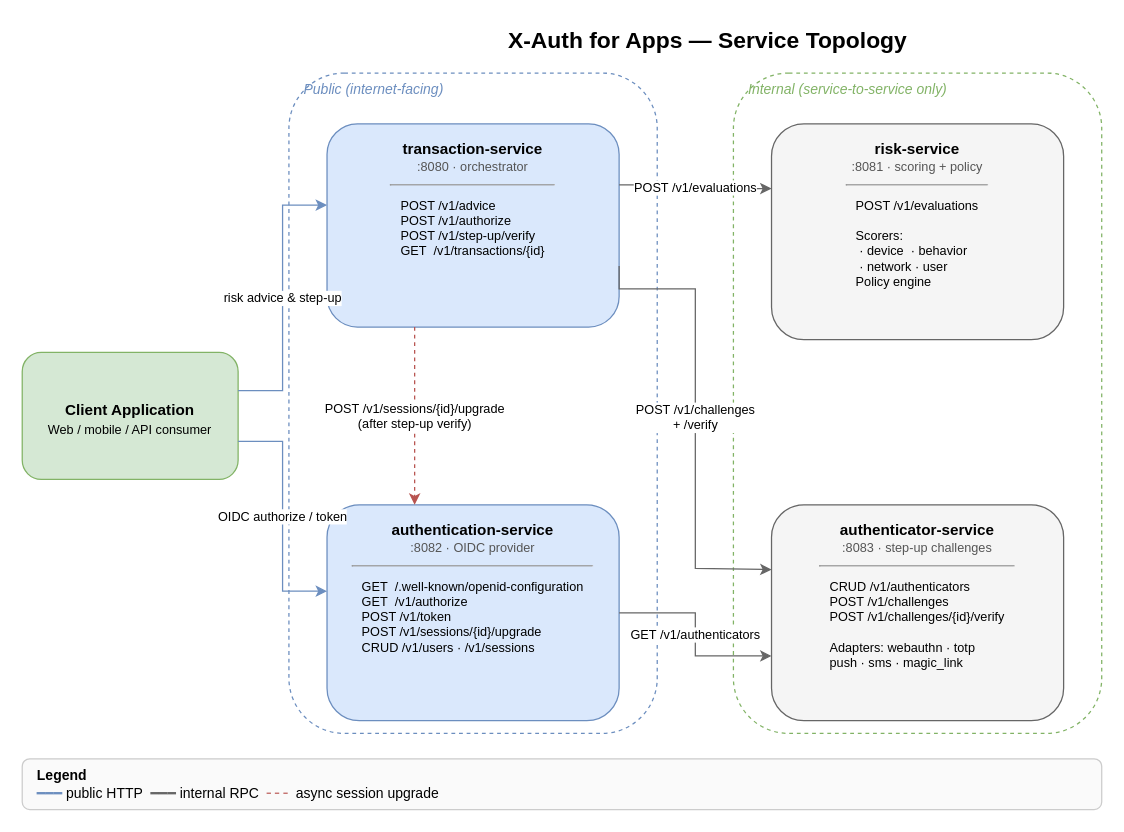
The draw.io diagram x-auth-apps-services.drawio in tboman/x-auth-site, before the edit. Source tidied: cells renumbered, new cells numbered last; positions are measured from the earlier drawing's top-left corner, leaving out a move shared by most shapes. Both pictures are drawn from the tidied source at 127%, with x=0, y=0 at pixel (22, 22).
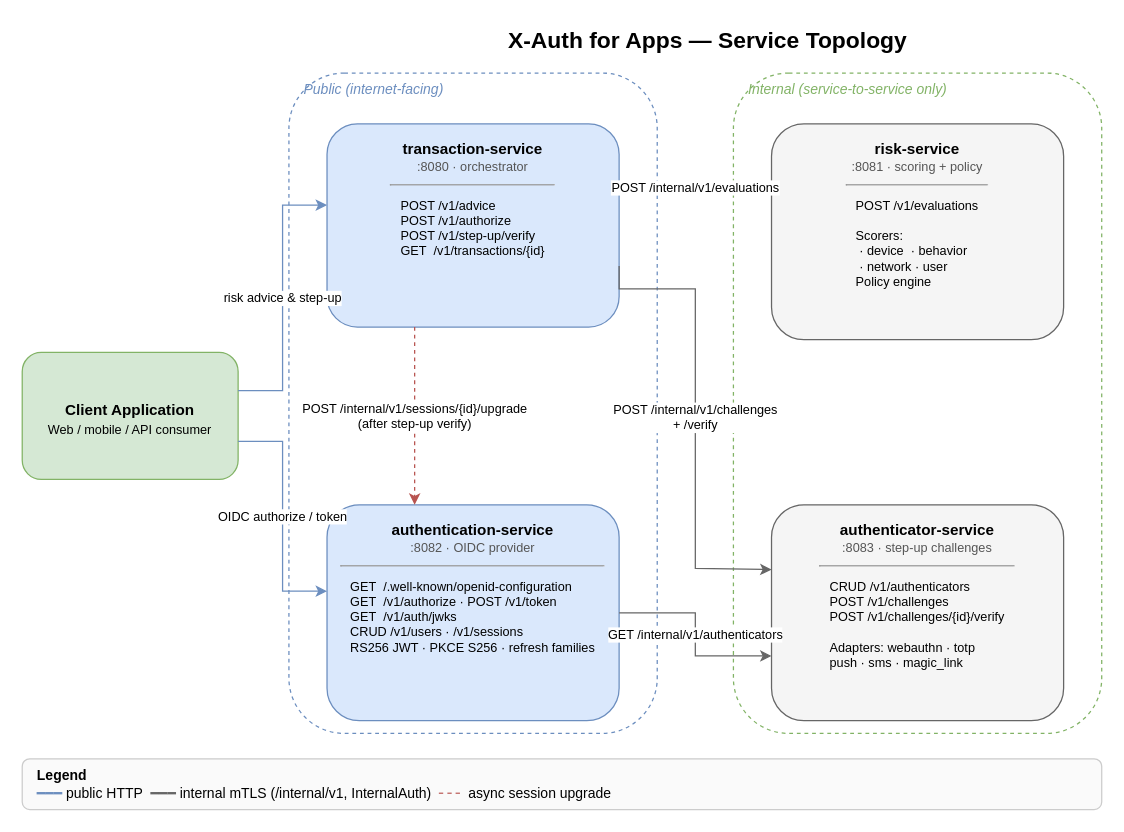
The same diagram, later.

Diff of the diagram source:
```diff
@@
 <mxGraphModel>
   <root>
     <mxCell id="0" />
     <mxCell id="1" parent="0" />
     <mxCell id="2" value="X-Auth for Apps — Service Topology" style="text;html=1;strokeColor=none;fillColor=none;align=center;verticalAlign=middle;whiteSpace=wrap;rounded=0;fontSize=18;fontStyle=1;" parent="1" vertex="1">
       <mxGeometry x="280" width="520" height="30" as="geometry" />
     </mxCell>
     <mxCell id="3" value="Public (internet-facing)" style="rounded=1;whiteSpace=wrap;html=1;fillColor=none;strokeColor=#6C8EBF;dashed=1;verticalAlign=top;fontStyle=2;fontSize=11;fontColor=#6C8EBF;align=left;spacingLeft=10;" parent="1" vertex="1">
       <mxGeometry x="210" y="40" width="290" height="520" as="geometry" />
     </mxCell>
     <mxCell id="4" value="Internal (service-to-service only)" style="rounded=1;whiteSpace=wrap;html=1;fillColor=none;strokeColor=#82B366;dashed=1;verticalAlign=top;fontStyle=2;fontSize=11;fontColor=#82B366;align=left;spacingLeft=10;" parent="1" vertex="1">
       <mxGeometry x="560" y="40" width="290" height="520" as="geometry" />
     </mxCell>
     <mxCell id="5" value="&lt;b&gt;Client Application&lt;/b&gt;&lt;br/&gt;&lt;span style=&quot;font-size:10px&quot;&gt;Web / mobile / API consumer&lt;/span&gt;" style="rounded=1;whiteSpace=wrap;html=1;fillColor=#D5E8D4;strokeColor=#82B366;fontSize=12;verticalAlign=middle;align=center;spacingTop=6;" parent="1" vertex="1">
       <mxGeometry y="260" width="170" height="100" as="geometry" />
     </mxCell>
     <mxCell id="6" value="&lt;b&gt;transaction-service&lt;/b&gt;&lt;br/&gt;&lt;span style=&quot;font-size:10px;color:#555&quot;&gt;:8080 · orchestrator&lt;/span&gt;&lt;hr size=&quot;1&quot;/&gt;&lt;div style=&quot;text-align:left;font-size:10px;padding:4px 8px&quot;&gt;POST /v1/advice&lt;br/&gt;POST /v1/authorize&lt;br/&gt;POST /v1/step-up/verify&lt;br/&gt;GET&amp;nbsp;&amp;nbsp;/v1/transactions/{id}&lt;/div&gt;" style="rounded=1;whiteSpace=wrap;html=1;fillColor=#DAE8FC;strokeColor=#6C8EBF;fontSize=12;verticalAlign=top;align=center;spacingTop=6;" parent="1" vertex="1">
       <mxGeometry x="240" y="80" width="230" height="160" as="geometry" />
     </mxCell>
-    <mxCell id="7" value="&lt;b&gt;authentication-service&lt;/b&gt;&lt;br/&gt;&lt;span style=&quot;font-size:10px;color:#555&quot;&gt;:8082 · OIDC provider&lt;/span&gt;&lt;hr size=&quot;1&quot;/&gt;&lt;div style=&quot;text-align:left;font-size:10px;padding:4px 8px&quot;&gt;GET&amp;nbsp;&amp;nbsp;/.well-known/openid-configuration&lt;br/&gt;GET&amp;nbsp;&amp;nbsp;/v1/authorize&lt;br/&gt;POST /v1/token&lt;br/&gt;POST /v1/sessions/{id}/upgrade&lt;br/&gt;CRUD /v1/users · /v1/sessions&lt;/div&gt;" style="rounded=1;whiteSpace=wrap;html=1;fillColor=#DAE8FC;strokeColor=#6C8EBF;fontSize=12;verticalAlign=top;align=center;spacingTop=6;" parent="1" vertex="1">
+    <mxCell id="7" value="&lt;b&gt;authentication-service&lt;/b&gt;&lt;br/&gt;&lt;span style=&quot;font-size:10px;color:#555&quot;&gt;:8082 · OIDC provider&lt;/span&gt;&lt;hr size=&quot;1&quot;/&gt;&lt;div style=&quot;text-align:left;font-size:10px;padding:4px 8px&quot;&gt;GET&amp;nbsp;&amp;nbsp;/.well-known/openid-configuration&lt;br/&gt;GET&amp;nbsp;&amp;nbsp;/v1/authorize · POST /v1/token&lt;br/&gt;GET&amp;nbsp;&amp;nbsp;/v1/auth/jwks&lt;br/&gt;CRUD /v1/users · /v1/sessions&lt;br/&gt;RS256 JWT · PKCE S256 · refresh families&lt;/div&gt;" style="rounded=1;whiteSpace=wrap;html=1;fillColor=#DAE8FC;strokeColor=#6C8EBF;fontSize=12;verticalAlign=top;align=center;spacingTop=6;" parent="1" vertex="1">
       <mxGeometry x="240" y="380" width="230" height="170" as="geometry" />
     </mxCell>
     <mxCell id="8" value="&lt;b&gt;risk-service&lt;/b&gt;&lt;br/&gt;&lt;span style=&quot;font-size:10px;color:#555&quot;&gt;:8081 · scoring + policy&lt;/span&gt;&lt;hr size=&quot;1&quot;/&gt;&lt;div style=&quot;text-align:left;font-size:10px;padding:4px 8px&quot;&gt;POST /v1/evaluations&lt;br/&gt;&lt;br/&gt;Scorers:&lt;br/&gt;&amp;nbsp;· device&amp;nbsp;&amp;nbsp;· behavior&lt;br/&gt;&amp;nbsp;· network&amp;nbsp;· user&lt;br/&gt;Policy engine&lt;/div&gt;" style="rounded=1;whiteSpace=wrap;html=1;fillColor=#F5F5F5;strokeColor=#666666;fontSize=12;verticalAlign=top;align=center;spacingTop=6;" parent="1" vertex="1">
       <mxGeometry x="590" y="80" width="230" height="170" as="geometry" />
     </mxCell>
     <mxCell id="9" value="&lt;b&gt;authenticator-service&lt;/b&gt;&lt;br/&gt;&lt;span style=&quot;font-size:10px;color:#555&quot;&gt;:8083 · step-up challenges&lt;/span&gt;&lt;hr size=&quot;1&quot;/&gt;&lt;div style=&quot;text-align:left;font-size:10px;padding:4px 8px&quot;&gt;CRUD /v1/authenticators&lt;br/&gt;POST /v1/challenges&lt;br/&gt;POST /v1/challenges/{id}/verify&lt;br/&gt;&lt;br/&gt;Adapters: webauthn · totp&lt;br/&gt;push · sms · magic_link&lt;/div&gt;" style="rounded=1;whiteSpace=wrap;html=1;fillColor=#F5F5F5;strokeColor=#666666;fontSize=12;verticalAlign=top;align=center;spacingTop=6;" parent="1" vertex="1">
       <mxGeometry x="590" y="380" width="230" height="170" as="geometry" />
     </mxCell>
     <mxCell id="10" value="risk advice &amp; step-up" style="edgeStyle=orthogonalEdgeStyle;rounded=0;html=1;exitX=1;exitY=0.3;exitDx=0;exitDy=0;entryX=0;entryY=0.4;entryDx=0;entryDy=0;endArrow=classic;strokeColor=#6C8EBF;fontSize=10;" parent="1" edge="1" source="5" target="6">
       <mxGeometry relative="1" as="geometry" />
     </mxCell>
     <mxCell id="11" value="OIDC authorize / token" style="edgeStyle=orthogonalEdgeStyle;rounded=0;html=1;exitX=1;exitY=0.7;exitDx=0;exitDy=0;entryX=0;entryY=0.4;entryDx=0;entryDy=0;endArrow=classic;strokeColor=#6C8EBF;fontSize=10;" parent="1" edge="1" source="5" target="7">
       <mxGeometry relative="1" as="geometry" />
     </mxCell>
-    <mxCell id="12" value="POST /v1/evaluations" style="edgeStyle=orthogonalEdgeStyle;rounded=0;html=1;exitX=1;exitY=0.3;exitDx=0;exitDy=0;entryX=0;entryY=0.3;entryDx=0;entryDy=0;endArrow=classic;strokeColor=#666666;fontSize=10;" parent="1" edge="1" source="6" target="8">
+    <mxCell id="12" value="POST /internal/v1/evaluations" style="edgeStyle=orthogonalEdgeStyle;rounded=0;html=1;exitX=1;exitY=0.3;exitDx=0;exitDy=0;entryX=0;entryY=0.3;entryDx=0;entryDy=0;endArrow=classic;strokeColor=#666666;fontSize=10;" parent="1" edge="1" source="6" target="8">
       <mxGeometry relative="1" as="geometry" />
     </mxCell>
-    <mxCell id="13" value="POST /v1/challenges&#10;+ /verify" style="edgeStyle=orthogonalEdgeStyle;rounded=0;html=1;exitX=1;exitY=0.7;exitDx=0;exitDy=0;entryX=0;entryY=0.3;entryDx=0;entryDy=0;endArrow=classic;strokeColor=#666666;fontSize=10;" parent="1" edge="1" source="6" target="9">
+    <mxCell id="13" value="POST /internal/v1/challenges&#10;+ /verify" style="edgeStyle=orthogonalEdgeStyle;rounded=0;html=1;exitX=1;exitY=0.7;exitDx=0;exitDy=0;entryX=0;entryY=0.3;entryDx=0;entryDy=0;endArrow=classic;strokeColor=#666666;fontSize=10;" parent="1" edge="1" source="6" target="9">
       <mxGeometry relative="1" as="geometry">
         <Array as="points">
           <mxPoint x="530" y="210" />
           <mxPoint x="530" y="430" />
         </Array>
       </mxGeometry>
     </mxCell>
-    <mxCell id="14" value="GET /v1/authenticators" style="edgeStyle=orthogonalEdgeStyle;rounded=0;html=1;exitX=1;exitY=0.5;exitDx=0;exitDy=0;entryX=0;entryY=0.7;entryDx=0;entryDy=0;endArrow=classic;strokeColor=#666666;fontSize=10;" parent="1" edge="1" source="7" target="9">
+    <mxCell id="14" value="GET /internal/v1/authenticators" style="edgeStyle=orthogonalEdgeStyle;rounded=0;html=1;exitX=1;exitY=0.5;exitDx=0;exitDy=0;entryX=0;entryY=0.7;entryDx=0;entryDy=0;endArrow=classic;strokeColor=#666666;fontSize=10;" parent="1" edge="1" source="7" target="9">
       <mxGeometry relative="1" as="geometry" />
     </mxCell>
-    <mxCell id="15" value="POST /v1/sessions/{id}/upgrade&#10;(after step-up verify)" style="edgeStyle=orthogonalEdgeStyle;rounded=0;html=1;exitX=0.3;exitY=1;exitDx=0;exitDy=0;entryX=0.3;entryY=0;entryDx=0;entryDy=0;endArrow=classic;strokeColor=#B85450;fontSize=10;dashed=1;" parent="1" edge="1" source="6" target="7">
+    <mxCell id="15" value="POST /internal/v1/sessions/{id}/upgrade&#10;(after step-up verify)" style="edgeStyle=orthogonalEdgeStyle;rounded=0;html=1;exitX=0.3;exitY=1;exitDx=0;exitDy=0;entryX=0.3;entryY=0;entryDx=0;entryDy=0;endArrow=classic;strokeColor=#B85450;fontSize=10;dashed=1;" parent="1" edge="1" source="6" target="7">
       <mxGeometry relative="1" as="geometry" />
     </mxCell>
-    <mxCell id="16" value="&lt;b&gt;Legend&lt;/b&gt;&lt;br/&gt;&lt;span style=&quot;color:#6C8EBF&quot;&gt;━━━&lt;/span&gt; public HTTP&amp;nbsp;&amp;nbsp;&lt;span style=&quot;color:#666&quot;&gt;━━━&lt;/span&gt; internal RPC&amp;nbsp;&amp;nbsp;&lt;span style=&quot;color:#B85450&quot;&gt;╴╴╴&lt;/span&gt; async session upgrade" style="text;html=1;strokeColor=#CCCCCC;fillColor=#FAFAFA;align=left;verticalAlign=middle;whiteSpace=wrap;rounded=1;fontSize=11;spacingLeft=10;spacingRight=10;" parent="1" vertex="1">
+    <mxCell id="16" value="&lt;b&gt;Legend&lt;/b&gt;&lt;br/&gt;&lt;span style=&quot;color:#6C8EBF&quot;&gt;━━━&lt;/span&gt; public HTTP&amp;nbsp;&amp;nbsp;&lt;span style=&quot;color:#666&quot;&gt;━━━&lt;/span&gt; internal mTLS (/internal/v1, InternalAuth)&amp;nbsp;&amp;nbsp;&lt;span style=&quot;color:#B85450&quot;&gt;╴╴╴&lt;/span&gt; async session upgrade" style="text;html=1;strokeColor=#CCCCCC;fillColor=#FAFAFA;align=left;verticalAlign=middle;whiteSpace=wrap;rounded=1;fontSize=11;spacingLeft=10;spacingRight=10;" parent="1" vertex="1">
       <mxGeometry y="580" width="850" height="40" as="geometry" />
     </mxCell>
   </root>
 </mxGraphModel>
```
